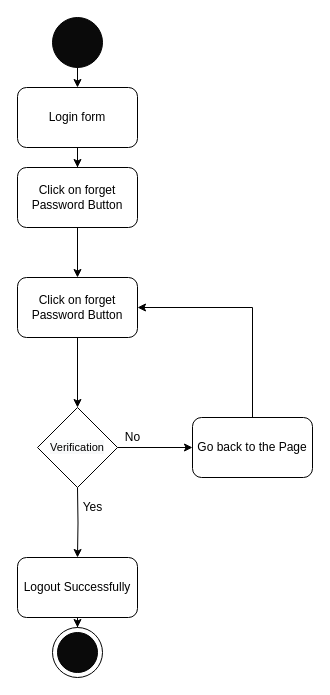
This is diagrams/Activity Diagram/forget password.drawio from usman1100/fyp-documentation, a draw.io file, before an edit. Source tidied: cells renumbered, new cells numbered last; positions are measured from the earlier drawing's top-left corner, leaving out a move shared by most shapes. Both pictures are drawn from the tidied source at 100%, with x=0, y=0 at pixel (17, 17).
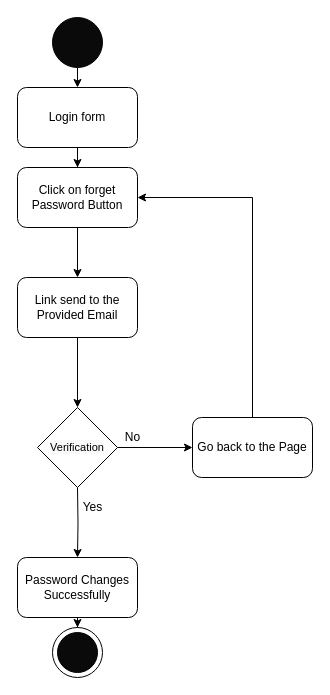
The same diagram, later.

Commit message (it also covers changes not shown here):
Updated Use Case

Unchanged cells that the change refers to:
```xml
<mxCell id="11" value="Go back to the Page" style="whiteSpace=wrap;html=1;fillColor=#FFFFFF;rounded=1;" parent="1" vertex="1">
  <mxGeometry x="175" y="400" width="120" height="60" as="geometry" />
</mxCell>
<mxCell id="20" value="Click on forget Password Button" style="whiteSpace=wrap;html=1;fillColor=#FFFFFF;rounded=1;" parent="1" vertex="1">
  <mxGeometry y="150" width="120" height="60" as="geometry" />
</mxCell>
```

Diff of the diagram source:
```diff
@@
-    <mxCell id="9" value="Logout Successfully" style="whiteSpace=wrap;html=1;fillColor=#FFFFFF;rounded=1;" parent="1" vertex="1">
+    <mxCell id="9" value="Password Changes Successfully" style="whiteSpace=wrap;html=1;fillColor=#FFFFFF;rounded=1;" parent="1" vertex="1">
       <mxGeometry y="540" width="120" height="60" as="geometry" />
     </mxCell>
-    <mxCell id="10" style="edgeStyle=orthogonalEdgeStyle;rounded=0;jettySize=auto;html=1;exitX=0.5;exitY=0;exitDx=0;exitDy=0;entryX=1;entryY=0.5;entryDx=0;entryDy=0;" parent="1" edge="1" source="11" target="17">
-      <mxGeometry relative="1" as="geometry" />
-    </mxCell>
+    <mxCell id="21" style="edgeStyle=orthogonalEdgeStyle;rounded=0;jettySize=auto;html=1;exitX=0.5;exitY=0;exitDx=0;exitDy=0;entryX=1;entryY=0.5;entryDx=0;entryDy=0;" parent="1" edge="1" source="11" target="20">
+      <mxGeometry relative="1" as="geometry" />
+    </mxCell>
@@
-    <mxCell id="17" value="Click on forget Password Button" style="whiteSpace=wrap;html=1;fillColor=#FFFFFF;rounded=1;" parent="1" vertex="1">
+    <mxCell id="17" value="Link send to the Provided Email" style="whiteSpace=wrap;html=1;fillColor=#FFFFFF;rounded=1;" parent="1" vertex="1">
       <mxGeometry y="260" width="120" height="60" as="geometry" />
     </mxCell>
```
